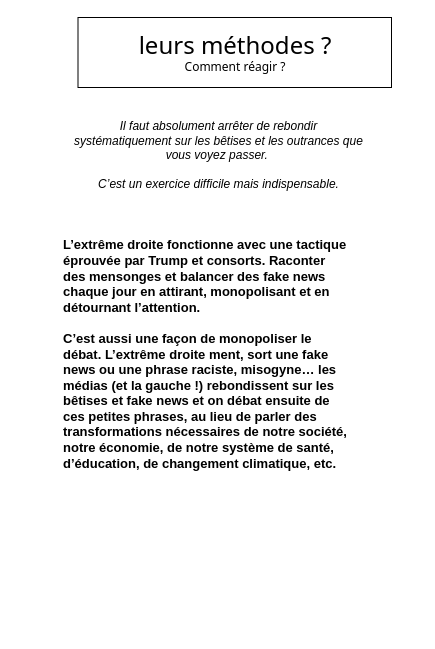
Earlier version of the draw.io diagram drawio/LeursMethodes.drawio (bernard44600/cedbn). Source tidied: cells renumbered, new cells numbered last; positions are measured from the earlier drawing's top-left corner, leaving out a move shared by most shapes. Both pictures are drawn from the tidied source at 100%, with x=0, y=0 at pixel (21, 17).
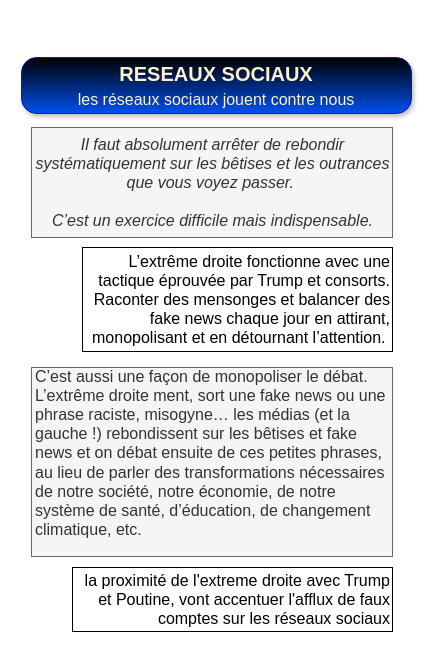
After the change.

Commit message (it also covers changes not shown here):
mise à jour

The edit, as a diff of the source:
```diff
@@
 <mxGraphModel>
   <root>
     <mxCell id="0" />
     <mxCell id="1" parent="0" />
-    <mxCell id="2" value="&lt;div align=&quot;left&quot;&gt;&lt;font style=&quot;font-size: 24px;&quot;&gt;leurs méthodes ?&lt;/font&gt;&lt;br&gt;&lt;/div&gt;&lt;div&gt;Comment réagir ?&lt;/div&gt;" style="rounded=0;whiteSpace=wrap;html=1;fontFamily=Tahoma;" parent="1" vertex="1">
-      <mxGeometry x="56.5" width="313.5" height="70" as="geometry" />
-    </mxCell>
+    <mxCell id="5" value="&lt;font style=&quot;&quot;&gt;RESEAUX SOCIAUX&lt;br&gt;&lt;/font&gt;&lt;font style=&quot;font-size: 16px; font-weight: normal;&quot;&gt;les réseaux sociaux jouent contre nous&lt;/font&gt;" style="rounded=1;whiteSpace=wrap;html=1;fontSize=20;fillColor=#0050ef;strokeColor=#001DBC;fontColor=#FFF2CC;gradientColor=default;gradientDirection=north;roundedPerimeter=1;shadow=1;glass=0;multiple=0;fontFamily=Helvetica;labelBackgroundColor=none;arcSize=27;fontStyle=1;" parent="1" vertex="1">
+      <mxGeometry y="40" width="390" height="56" as="geometry" />
+    </mxCell>
-    <mxCell id="3" value="&lt;blockquote class=&quot;wp-block-quote is-layout-flow wp-block-quote-is-layout-flow&quot;&gt;&lt;br&gt;&lt;p class=&quot;wp-block-paragraph&quot;&gt;&lt;em&gt;Il faut absolument arrêter de rebondir systématiquement sur les bêtises et les outrances que vous voyez passer.&amp;nbsp;&lt;br&gt;&lt;br&gt;C’est un exercice difficile mais indispensable.&lt;/em&gt;&lt;/p&gt;&lt;br&gt;&lt;/blockquote&gt;&lt;div&gt;&lt;br&gt;&lt;/div&gt;" style="text;html=1;whiteSpace=wrap;strokeColor=none;fillColor=none;align=center;verticalAlign=middle;rounded=0;fontSize=12;fontFamily=Helvetica;" parent="1" vertex="1">
-      <mxGeometry x="10" y="110" width="374.7" height="70" as="geometry" />
+    <mxCell id="3" value="&lt;div&gt;Il faut absolument arrêter de rebondir systématiquement sur les bêtises et les outrances que vous voyez passer.&amp;nbsp;&lt;/div&gt;&lt;div&gt;&lt;br&gt;&lt;/div&gt;&lt;div&gt;C’est un exercice difficile mais indispensable.&lt;/div&gt;" style="rounded=0;whiteSpace=wrap;html=1;fontFamily=Helvetica;fontSize=16;align=center;fillColor=#f5f5f5;fontColor=#333333;strokeColor=#666666;spacingLeft=2;fontStyle=2;" parent="1" vertex="1">
+      <mxGeometry x="10" y="110" width="361" height="110" as="geometry" />
     </mxCell>
-    <mxCell id="4" value="&lt;blockquote class=&quot;wp-block-quote is-layout-flow wp-block-quote-is-layout-flow&quot;&gt;&lt;br&gt;&lt;p class=&quot;wp-block-paragraph&quot;&gt;&lt;span style=&quot;font-style: normal;&quot;&gt;&lt;b&gt;&lt;font style=&quot;font-size: 13px;&quot;&gt;L’extrême droite fonctionne avec une tactique éprouvée par Trump et consorts. Raconter des mensonges et balancer des fake news chaque jour en attirant, monopolisant et en détournant l’attention.&amp;nbsp;&lt;br&gt;&lt;br&gt;C’est aussi une façon de monopoliser le débat. L’extrême droite ment, sort une fake news ou une phrase raciste, misogyne… les médias (et la gauche !) rebondissent sur les bêtises et fake news et on débat ensuite de ces petites phrases, au lieu de parler des transformations nécessaires de notre société, notre économie, de notre système de santé, d’éducation, de changement climatique, etc.&lt;/font&gt;&lt;/b&gt;&lt;/span&gt;&lt;/p&gt;&lt;p class=&quot;wp-block-paragraph&quot;&gt;&lt;em&gt;&lt;br&gt;&lt;/em&gt;&lt;/p&gt;&lt;p class=&quot;wp-block-paragraph&quot;&gt;&lt;em&gt;&lt;br&gt;&lt;/em&gt;&lt;/p&gt;&lt;/blockquote&gt;" style="text;html=1;whiteSpace=wrap;strokeColor=none;fillColor=none;align=left;verticalAlign=middle;rounded=0;fontSize=12;fontFamily=Helvetica;fontStyle=2;" parent="1" vertex="1">
-      <mxGeometry y="230" width="370" height="240" as="geometry" />
-    </mxCell>
+    <mxCell id="6" value="L’extrême droite fonctionne avec une tactique éprouvée par Trump et consorts. Raconter des mensonges et balancer des fake news chaque jour en attirant, monopolisant et en détournant l’attention.&amp;nbsp;" style="rounded=0;whiteSpace=wrap;html=1;fontFamily=Helvetica;fontSize=16;align=right;spacingLeft=2;" parent="1" vertex="1">
+      <mxGeometry x="61" y="230" width="310" height="104" as="geometry" />
+    </mxCell>
+    <mxCell id="7" value="&lt;div&gt;C’est aussi une façon de monopoliser le débat. L’extrême droite ment, sort une fake news ou une phrase raciste, misogyne… les médias (et la gauche !) rebondissent sur les bêtises et fake news et on débat ensuite de ces petites phrases, au lieu de parler des transformations nécessaires de notre société, notre économie, de notre système de santé, d’éducation, de changement climatique, etc.&lt;/div&gt;&lt;div&gt;&lt;br&gt;&lt;/div&gt;" style="rounded=0;whiteSpace=wrap;html=1;fontFamily=Helvetica;fontSize=16;align=left;fillColor=#f5f5f5;fontColor=#333333;strokeColor=#666666;spacingLeft=2;" parent="1" vertex="1">
+      <mxGeometry x="10" y="350" width="361" height="189" as="geometry" />
+    </mxCell>
+    <mxCell id="8" value="la proximité de l'extreme droite avec Trump et Poutine, vont accentuer l'afflux de faux comptes sur les réseaux sociaux" style="rounded=0;whiteSpace=wrap;html=1;fontFamily=Helvetica;fontSize=16;align=right;spacingLeft=2;" parent="1" vertex="1">
+      <mxGeometry x="51" y="550" width="320" height="64" as="geometry" />
+    </mxCell>
   </root>
 </mxGraphModel>
```
